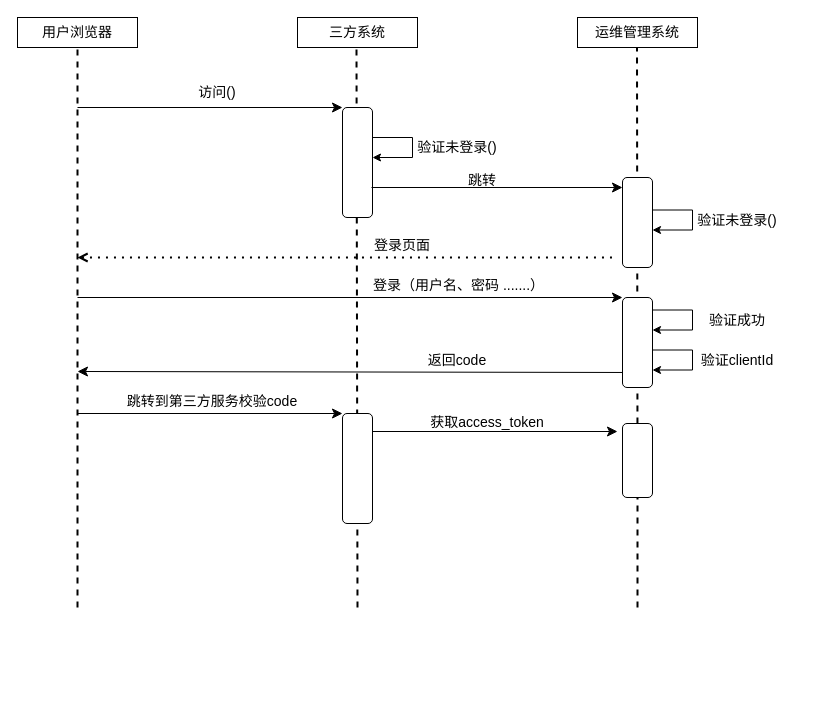
The draw.io diagram draw.io/单点登录.drawio in Liang-yonghui/draw, before the edit. Source tidied: cells renumbered, new cells numbered last; positions are measured from the earlier drawing's top-left corner, leaving out a move shared by most shapes. Both pictures are drawn from the tidied source at 100%, with x=0, y=0 at pixel (17, 17).
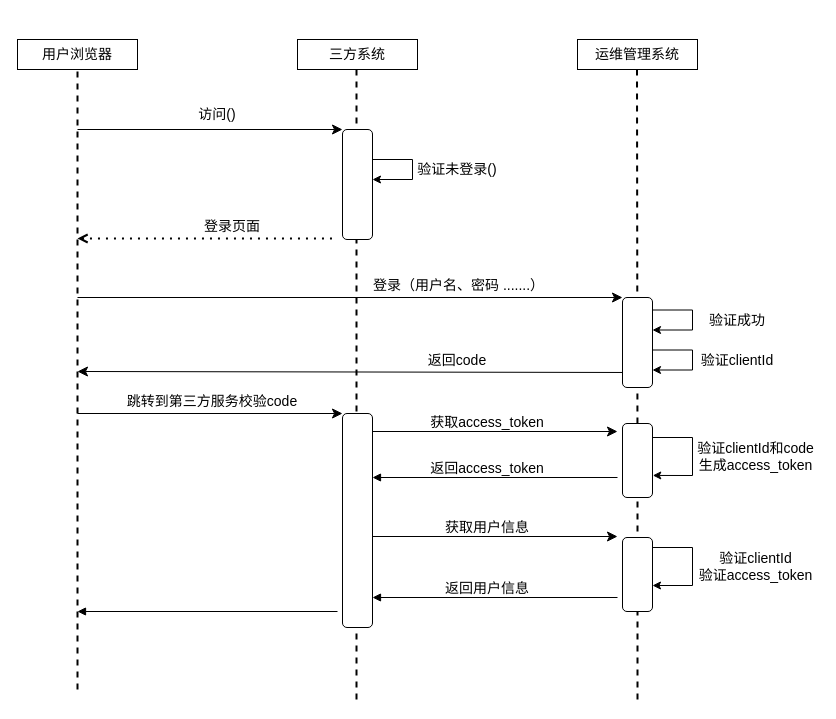
The same page after the edit.

Commit message (it also covers changes not shown here):
更新单点登录.drawio

Unchanged cells that the change refers to:
```xml
<mxCell id="35" style="rounded=1;whiteSpace=wrap;html=1;" parent="1" vertex="1">
  <mxGeometry x="605" y="406" width="30" height="74" as="geometry" />
</mxCell>
```

Diff of the diagram source:
```diff
@@
     <mxCell id="2" style="endArrow=none;dashed=1;html=1;rounded=0;entryX=0.5;entryY=1;entryDx=0;entryDy=0;strokeWidth=2;" parent="1" edge="1" source="35">
       <mxGeometry relative="1" as="geometry">
-        <mxPoint x="619.5" y="30" as="targetPoint" />
+        <mxPoint x="619.5" y="52" as="targetPoint" />
       </mxGeometry>
     </mxCell>
     <mxCell id="3" style="endArrow=none;dashed=1;html=1;rounded=0;entryX=0.5;entryY=1;entryDx=0;entryDy=0;strokeWidth=2;" parent="1" edge="1">
       <mxGeometry relative="1" as="geometry">
-        <mxPoint x="340" y="590" as="sourcePoint" />
-        <mxPoint x="339" y="30" as="targetPoint" />
+        <mxPoint x="339" y="682" as="sourcePoint" />
+        <mxPoint x="339" y="52" as="targetPoint" />
       </mxGeometry>
     </mxCell>
     <mxCell id="4" value="&lt;font style=&quot;font-size: 14px;&quot;&gt;用户浏览器&lt;/font&gt;" style="rounded=0;whiteSpace=wrap;html=1;" parent="1" vertex="1">
-      <mxGeometry width="120" height="30" as="geometry" />
+      <mxGeometry y="22" width="120" height="30" as="geometry" />
     </mxCell>
     <mxCell id="5" value="&lt;font style=&quot;font-size: 14px;&quot;&gt;三方系统&lt;/font&gt;" style="rounded=0;whiteSpace=wrap;html=1;" parent="1" vertex="1">
-      <mxGeometry x="280" width="120" height="30" as="geometry" />
+      <mxGeometry x="280" y="22" width="120" height="30" as="geometry" />
     </mxCell>
     <mxCell id="6" value="&lt;font style=&quot;font-size: 14px;&quot;&gt;运维管理系统&lt;/font&gt;" style="rounded=0;whiteSpace=wrap;html=1;" parent="1" vertex="1">
-      <mxGeometry x="560" width="120" height="30" as="geometry" />
+      <mxGeometry x="560" y="22" width="120" height="30" as="geometry" />
     </mxCell>
     <mxCell id="7" style="endArrow=none;dashed=1;html=1;rounded=0;entryX=0.5;entryY=1;entryDx=0;entryDy=0;strokeWidth=2;" parent="1" edge="1" target="4">
       <mxGeometry relative="1" as="geometry">
-        <mxPoint x="60" y="590" as="sourcePoint" />
+        <mxPoint x="60" y="672" as="sourcePoint" />
       </mxGeometry>
     </mxCell>
     <mxCell id="8" style="rounded=1;whiteSpace=wrap;html=1;" parent="1" vertex="1">
-      <mxGeometry x="325" y="90" width="30" height="110" as="geometry" />
+      <mxGeometry x="325" y="112" width="30" height="110" as="geometry" />
     </mxCell>
     <mxCell id="9" style="endArrow=classic;html=1;rounded=0;entryX=0;entryY=0;entryDx=0;entryDy=0;endSize=8;" parent="1" edge="1" target="8">
       <mxGeometry relative="1" as="geometry">
-        <mxPoint x="60" y="90" as="sourcePoint" />
+        <mxPoint x="60" y="112" as="sourcePoint" />
       </mxGeometry>
     </mxCell>
     <mxCell id="10" value="&lt;font style=&quot;font-size: 14px;&quot;&gt;访问()&lt;/font&gt;" style="text;html=1;align=center;verticalAlign=middle;whiteSpace=wrap;rounded=0;" parent="1" vertex="1">
-      <mxGeometry x="170" y="60" width="60" height="30" as="geometry" />
+      <mxGeometry x="170" y="82" width="60" height="30" as="geometry" />
     </mxCell>
     <mxCell id="11" style="endArrow=classic;html=1;rounded=0;exitX=1;exitY=0.25;exitDx=0;exitDy=0;entryX=1;entryY=0.5;entryDx=0;entryDy=0;" parent="1" edge="1">
       <mxGeometry relative="1" as="geometry">
-        <mxPoint x="355" y="120" as="sourcePoint" />
-        <mxPoint x="355" y="140" as="targetPoint" />
+        <mxPoint x="355" y="142" as="sourcePoint" />
+        <mxPoint x="355" y="162" as="targetPoint" />
         <Array as="points">
-          <mxPoint x="395" y="120" />
-          <mxPoint x="395" y="140" />
+          <mxPoint x="395" y="142" />
+          <mxPoint x="395" y="162" />
         </Array>
       </mxGeometry>
     </mxCell>
     <mxCell id="12" value="&lt;font style=&quot;font-size: 14px;&quot;&gt;验证未登录()&lt;/font&gt;" style="text;html=1;align=center;verticalAlign=middle;whiteSpace=wrap;rounded=0;" parent="1" vertex="1">
-      <mxGeometry x="395" y="117.5" width="90" height="25" as="geometry" />
+      <mxGeometry x="395" y="139.5" width="90" height="25" as="geometry" />
     </mxCell>
-    <mxCell id="13" style="endArrow=classic;html=1;rounded=0;endSize=8;entryX=0;entryY=0;entryDx=0;entryDy=0;" parent="1" edge="1">
-      <mxGeometry relative="1" as="geometry">
-        <mxPoint x="354" y="170" as="sourcePoint" />
-        <mxPoint x="605" y="170" as="targetPoint" />
-      </mxGeometry>
-    </mxCell>
-    <mxCell id="14" style="rounded=1;whiteSpace=wrap;html=1;" parent="1" vertex="1">
-      <mxGeometry x="605" y="160" width="30" height="90" as="geometry" />
-    </mxCell>
-    <mxCell id="15" value="&lt;span style=&quot;font-size: 14px;&quot;&gt;跳转&lt;/span&gt;" style="text;html=1;align=center;verticalAlign=middle;whiteSpace=wrap;rounded=0;" parent="1" vertex="1">
-      <mxGeometry x="420" y="150" width="90" height="25" as="geometry" />
-    </mxCell>
-    <mxCell id="16" style="endArrow=classic;html=1;rounded=0;exitX=1;exitY=0.25;exitDx=0;exitDy=0;entryX=1;entryY=0.5;entryDx=0;entryDy=0;" parent="1" edge="1">
-      <mxGeometry relative="1" as="geometry">
-        <mxPoint x="635" y="192.5" as="sourcePoint" />
-        <mxPoint x="635" y="212.5" as="targetPoint" />
-        <Array as="points">
-          <mxPoint x="675" y="192.5" />
-          <mxPoint x="675" y="212.5" />
-        </Array>
-      </mxGeometry>
-    </mxCell>
-    <mxCell id="17" value="&lt;font style=&quot;font-size: 14px;&quot;&gt;验证未登录()&lt;/font&gt;" style="text;html=1;align=center;verticalAlign=middle;whiteSpace=wrap;rounded=0;" parent="1" vertex="1">
-      <mxGeometry x="675" y="190" width="90" height="25" as="geometry" />
-    </mxCell>
     <mxCell id="18" style="endArrow=none;dashed=1;html=1;dashPattern=1 3;strokeWidth=2;rounded=0;startArrow=open;startFill=0;" parent="1" edge="1">
       <mxGeometry relative="1" as="geometry">
-        <mxPoint x="60" y="240" as="sourcePoint" />
-        <mxPoint x="600" y="240" as="targetPoint" />
+        <mxPoint x="60" y="221" as="sourcePoint" />
+        <mxPoint x="320" y="221" as="targetPoint" />
       </mxGeometry>
     </mxCell>
     <mxCell id="19" value="&lt;span style=&quot;font-size: 14px;&quot;&gt;登录页面&lt;/span&gt;" style="text;html=1;align=center;verticalAlign=middle;whiteSpace=wrap;rounded=0;" parent="1" vertex="1">
-      <mxGeometry x="340" y="215" width="90" height="25" as="geometry" />
+      <mxGeometry x="170" y="196" width="90" height="25" as="geometry" />
     </mxCell>
@@
     <mxCell id="30" style="rounded=1;whiteSpace=wrap;html=1;" parent="1" vertex="1">
-      <mxGeometry x="325" y="396" width="30" height="110" as="geometry" />
+      <mxGeometry x="325" y="396" width="30" height="214" as="geometry" />
     </mxCell>
@@
     <mxCell id="34" style="endArrow=none;dashed=1;html=1;rounded=0;entryX=0.5;entryY=1;entryDx=0;entryDy=0;strokeWidth=2;" parent="1" edge="1" target="35">
       <mxGeometry relative="1" as="geometry">
-        <mxPoint x="620" y="590" as="sourcePoint" />
+        <mxPoint x="620" y="682" as="sourcePoint" />
       </mxGeometry>
     </mxCell>
@@
+    <mxCell id="36" style="endArrow=classic;html=1;rounded=0;exitX=1;exitY=0.25;exitDx=0;exitDy=0;entryX=1.01;entryY=0.702;entryDx=0;entryDy=0;entryPerimeter=0;" parent="1" edge="1" target="35">
+      <mxGeometry relative="1" as="geometry">
+        <mxPoint x="635" y="420" as="sourcePoint" />
+        <Array as="points">
+          <mxPoint x="675" y="420" />
+          <mxPoint x="675" y="458" />
+        </Array>
+      </mxGeometry>
+    </mxCell>
+    <mxCell id="37" value="&lt;font style=&quot;font-size: 14px;&quot;&gt;验证clientId和code生成access_token&lt;/font&gt;" style="text;html=1;align=center;verticalAlign=middle;whiteSpace=wrap;rounded=0;" parent="1" vertex="1">
+      <mxGeometry x="676" y="426" width="125" height="25" as="geometry" />
+    </mxCell>
+    <mxCell id="38" style="endArrow=none;html=1;rounded=0;endSize=8;startArrow=block;startFill=1;" parent="1" edge="1">
+      <mxGeometry relative="1" as="geometry">
+        <mxPoint x="355" y="460" as="sourcePoint" />
+        <mxPoint x="600" y="460" as="targetPoint" />
+      </mxGeometry>
+    </mxCell>
+    <mxCell id="39" value="&lt;span style=&quot;font-size: 14px;&quot;&gt;返回access_token&lt;/span&gt;" style="text;html=1;align=center;verticalAlign=middle;whiteSpace=wrap;rounded=0;" parent="1" vertex="1">
+      <mxGeometry x="400" y="441" width="140" height="20" as="geometry" />
+    </mxCell>
+    <mxCell id="40" style="endArrow=classic;html=1;rounded=0;endSize=8;" parent="1" edge="1">
+      <mxGeometry relative="1" as="geometry">
+        <mxPoint x="355" y="519" as="sourcePoint" />
+        <mxPoint x="600" y="519" as="targetPoint" />
+      </mxGeometry>
+    </mxCell>
+    <mxCell id="41" value="&lt;span style=&quot;font-size: 14px;&quot;&gt;获取用户信息&lt;/span&gt;" style="text;html=1;align=center;verticalAlign=middle;whiteSpace=wrap;rounded=0;" parent="1" vertex="1">
+      <mxGeometry x="400" y="500" width="140" height="20" as="geometry" />
+    </mxCell>
+    <mxCell id="42" style="rounded=1;whiteSpace=wrap;html=1;" parent="1" vertex="1">
+      <mxGeometry x="605" y="520" width="30" height="74" as="geometry" />
+    </mxCell>
+    <mxCell id="43" style="endArrow=classic;html=1;rounded=0;exitX=1;exitY=0.25;exitDx=0;exitDy=0;entryX=1.01;entryY=0.702;entryDx=0;entryDy=0;entryPerimeter=0;" parent="1" edge="1">
+      <mxGeometry relative="1" as="geometry">
+        <mxPoint x="635" y="530" as="sourcePoint" />
+        <mxPoint x="635" y="568" as="targetPoint" />
+        <Array as="points">
+          <mxPoint x="675" y="530" />
+          <mxPoint x="675" y="568" />
+        </Array>
+      </mxGeometry>
+    </mxCell>
+    <mxCell id="44" value="&lt;font style=&quot;font-size: 14px;&quot;&gt;验证clientId&lt;/font&gt;&lt;div&gt;&lt;font style=&quot;font-size: 14px;&quot;&gt;验证access_token&lt;/font&gt;&lt;/div&gt;" style="text;html=1;align=center;verticalAlign=middle;whiteSpace=wrap;rounded=0;" parent="1" vertex="1">
+      <mxGeometry x="676" y="536" width="125" height="25" as="geometry" />
+    </mxCell>
+    <mxCell id="45" style="endArrow=none;html=1;rounded=0;endSize=8;startArrow=block;startFill=1;" parent="1" edge="1">
+      <mxGeometry relative="1" as="geometry">
+        <mxPoint x="355" y="580" as="sourcePoint" />
+        <mxPoint x="600" y="580" as="targetPoint" />
+      </mxGeometry>
+    </mxCell>
+    <mxCell id="46" value="&lt;span style=&quot;font-size: 14px;&quot;&gt;返回用户信息&lt;/span&gt;" style="text;html=1;align=center;verticalAlign=middle;whiteSpace=wrap;rounded=0;" parent="1" vertex="1">
+      <mxGeometry x="400" y="561" width="140" height="20" as="geometry" />
+    </mxCell>
+    <mxCell id="47" style="endArrow=none;html=1;rounded=0;endSize=8;startArrow=block;startFill=1;" parent="1" edge="1">
+      <mxGeometry relative="1" as="geometry">
+        <mxPoint x="60" y="594" as="sourcePoint" />
+        <mxPoint x="320" y="594" as="targetPoint" />
+      </mxGeometry>
+    </mxCell>
```
